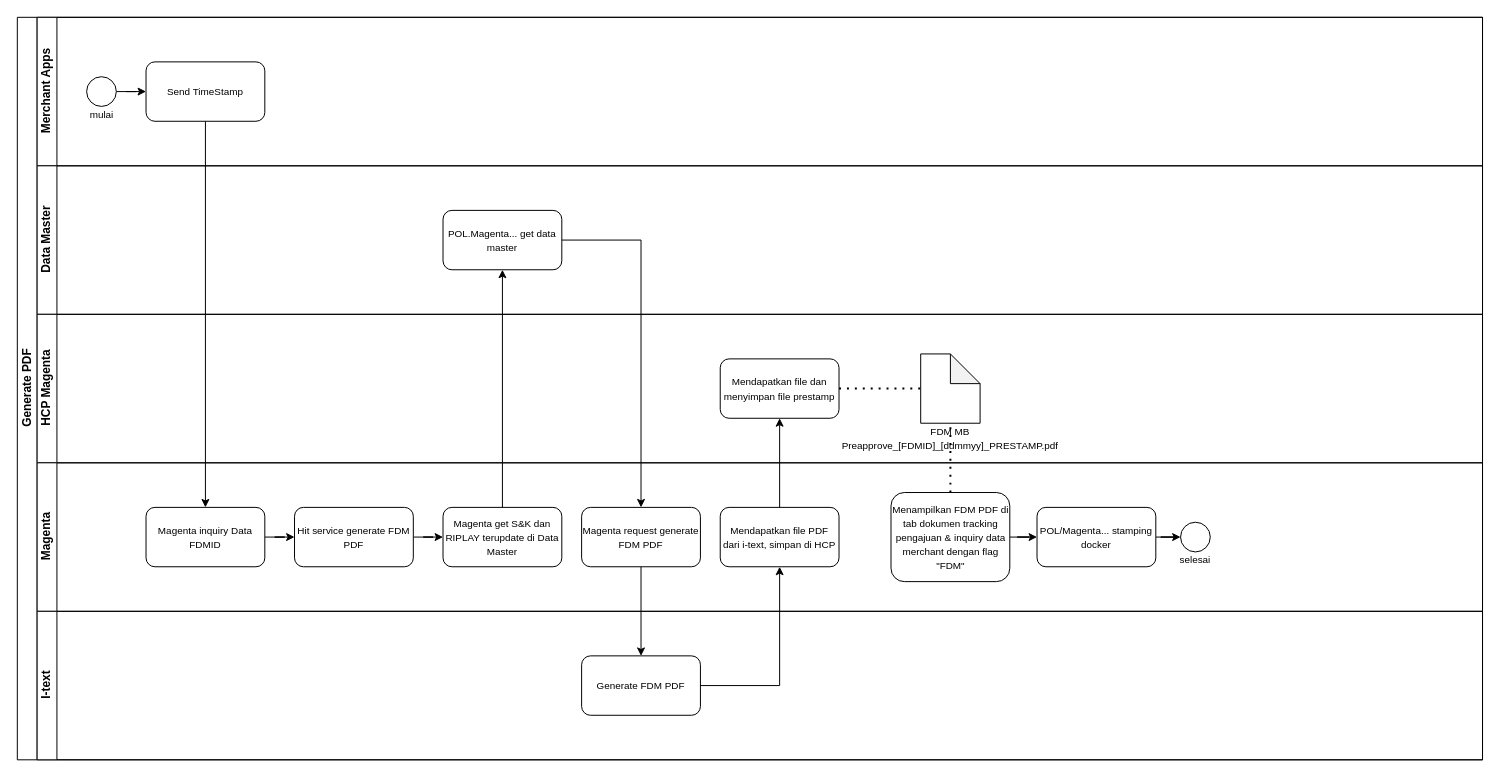
nicolenatsh/Nicole keeps this draw.io diagram as Untitled Diagram.drawio. Above is the earlier version. Source tidied: cells renumbered, new cells numbered last; positions are measured from the earlier drawing's top-left corner, leaving out a move shared by most shapes. Both pictures are drawn from the tidied source at 99%, with x=0, y=0 at pixel (17, 17).
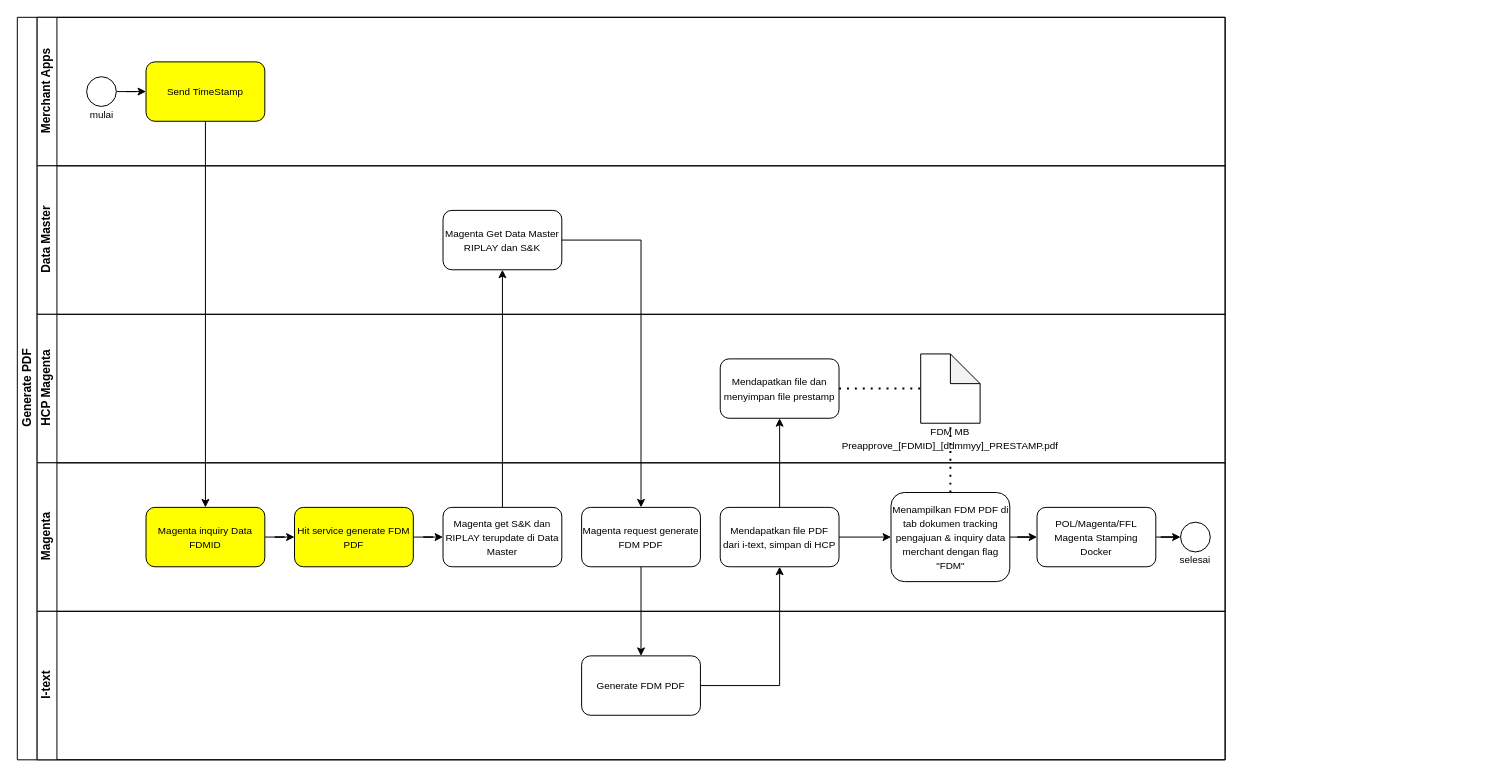
After the change.

The change refers to these unchanged cells:
```xml
<mxCell id="22" value="&lt;font style=&quot;font-size: 10px;&quot;&gt;Mendapatkan file PDF dari i-text, simpan di HCP&lt;/font&gt;" style="rounded=1;whiteSpace=wrap;html=1;" parent="15" vertex="1">
  <mxGeometry x="690" y="45" width="120" height="60" as="geometry" />
</mxCell>
<mxCell id="24" value="&lt;font style=&quot;font-size: 10px;&quot;&gt;Menampilkan FDM PDF di tab dokumen tracking pengajuan &amp;amp; inquiry data merchant dengan flag &quot;FDM&quot;&lt;/font&gt;" style="rounded=1;whiteSpace=wrap;html=1;" parent="15" vertex="1">
  <mxGeometry x="862.5" y="30" width="120" height="90" as="geometry" />
</mxCell>
```

What changed in the source:
```diff
@@
     <mxCell id="2" value="Generate PDF" style="swimlane;horizontal=0;startSize=20;html=1;" parent="1" vertex="1">
-      <mxGeometry width="1480" height="750" as="geometry" />
+      <mxGeometry width="1220" height="750" as="geometry" />
     </mxCell>
     <mxCell id="3" value="Merchant Apps" style="swimlane;startSize=20;horizontal=0;html=1;" parent="2" vertex="1">
-      <mxGeometry x="20" width="1460" height="150" as="geometry" />
+      <mxGeometry x="20" width="1200" height="150" as="geometry" />
     </mxCell>
@@
-    <mxCell id="6" value="&lt;font style=&quot;font-size: 10px;&quot;&gt;Send TimeStamp&lt;/font&gt;" style="rounded=1;whiteSpace=wrap;html=1;" parent="3" vertex="1">
+    <mxCell id="6" value="&lt;font style=&quot;font-size: 10px;&quot;&gt;Send TimeStamp&lt;/font&gt;" style="rounded=1;whiteSpace=wrap;html=1;fillColor=#FFFF00;" parent="3" vertex="1">
       <mxGeometry x="110" y="45" width="120" height="60" as="geometry" />
     </mxCell>
@@
     <mxCell id="8" value="Data Master" style="swimlane;startSize=20;horizontal=0;html=1;" parent="2" vertex="1">
-      <mxGeometry x="20" y="150" width="1460" height="150" as="geometry" />
+      <mxGeometry x="20" y="150" width="1200" height="150" as="geometry" />
     </mxCell>
-    <mxCell id="9" value="&lt;font style=&quot;font-size: 10px;&quot;&gt;POL.Magenta... get data master&lt;/font&gt;" style="rounded=1;whiteSpace=wrap;html=1;" parent="8" vertex="1">
+    <mxCell id="9" value="&lt;font style=&quot;font-size: 10px;&quot;&gt;Magenta Get Data Master RIPLAY dan S&amp;amp;K&lt;/font&gt;" style="rounded=1;whiteSpace=wrap;html=1;" parent="8" vertex="1">
       <mxGeometry x="410" y="45" width="120" height="60" as="geometry" />
     </mxCell>
     <mxCell id="10" value="HCP Magenta" style="swimlane;startSize=20;horizontal=0;html=1;" parent="2" vertex="1">
-      <mxGeometry x="20" y="300" width="1460" height="150" as="geometry" />
+      <mxGeometry x="20" y="300" width="1200" height="150" as="geometry" />
     </mxCell>
@@
     <mxCell id="15" value="Magenta" style="swimlane;startSize=20;horizontal=0;html=1;" parent="2" vertex="1">
-      <mxGeometry x="20" y="450" width="1460" height="150" as="geometry" />
+      <mxGeometry x="20" y="450" width="1200" height="150" as="geometry" />
     </mxCell>
@@
-    <mxCell id="17" value="&lt;font style=&quot;font-size: 10px;&quot;&gt;Magenta inquiry Data FDMID&lt;/font&gt;" style="rounded=1;whiteSpace=wrap;html=1;" parent="15" vertex="1">
+    <mxCell id="17" value="&lt;font style=&quot;font-size: 10px;&quot;&gt;Magenta inquiry Data FDMID&lt;/font&gt;" style="rounded=1;whiteSpace=wrap;html=1;fillColor=#FFFF00;" parent="15" vertex="1">
       <mxGeometry x="110" y="45" width="120" height="60" as="geometry" />
     </mxCell>
@@
-    <mxCell id="19" value="&lt;font style=&quot;font-size: 10px;&quot;&gt;Hit service generate FDM PDF&lt;/font&gt;" style="rounded=1;whiteSpace=wrap;html=1;" parent="15" vertex="1">
+    <mxCell id="19" value="&lt;font style=&quot;font-size: 10px;&quot;&gt;Hit service generate FDM PDF&lt;/font&gt;" style="rounded=1;whiteSpace=wrap;html=1;fillColor=#FFFF00;" parent="15" vertex="1">
       <mxGeometry x="260" y="45" width="120" height="60" as="geometry" />
     </mxCell>
@@
+    <mxCell id="38" style="edgeStyle=orthogonalEdgeStyle;rounded=0;jettySize=auto;html=1;entryX=0;entryY=0.5;entryDx=0;entryDy=0;" parent="15" edge="1" source="22" target="24">
+      <mxGeometry relative="1" as="geometry" />
+    </mxCell>
@@
-    <mxCell id="26" value="&lt;span style=&quot;font-size: 10px;&quot;&gt;POL/Magenta... stamping docker&lt;/span&gt;" style="rounded=1;whiteSpace=wrap;html=1;" parent="15" vertex="1">
+    <mxCell id="26" value="&lt;span style=&quot;font-size: 10px;&quot;&gt;POL/Magenta/FFL Magenta Stamping Docker&lt;/span&gt;" style="rounded=1;whiteSpace=wrap;html=1;" parent="15" vertex="1">
       <mxGeometry x="1010" y="45" width="120" height="60" as="geometry" />
     </mxCell>
@@
     <mxCell id="29" value="I-text" style="swimlane;startSize=20;horizontal=0;html=1;" parent="2" vertex="1">
-      <mxGeometry x="20" y="600" width="1460" height="150" as="geometry" />
+      <mxGeometry x="20" y="600" width="1200" height="150" as="geometry" />
     </mxCell>
```
